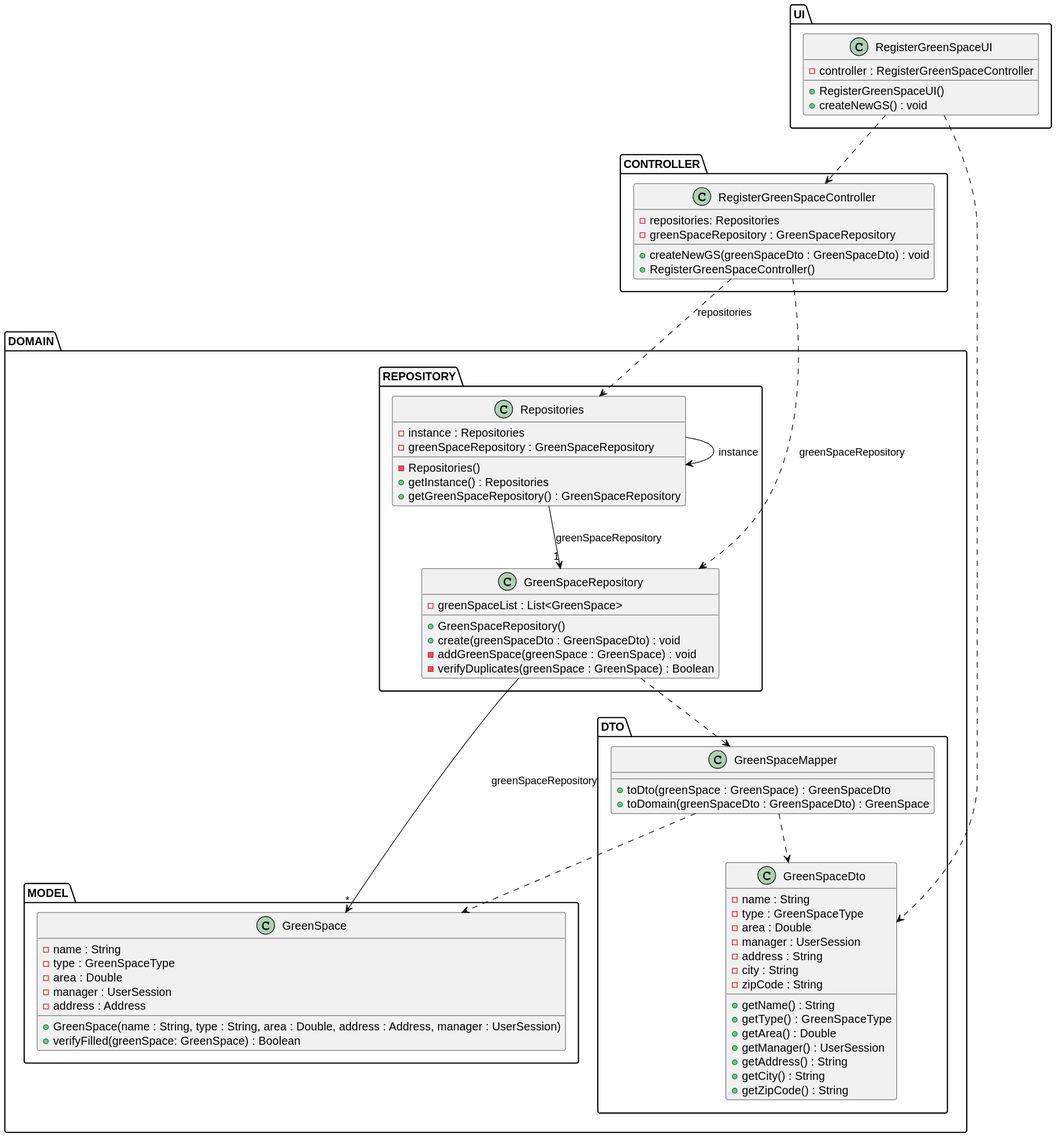
The PlantUML diagram docs/sprintC/us020/03.design/svg/us020-class-diagram.svg in ricardomm7/leaflink, before a commit.
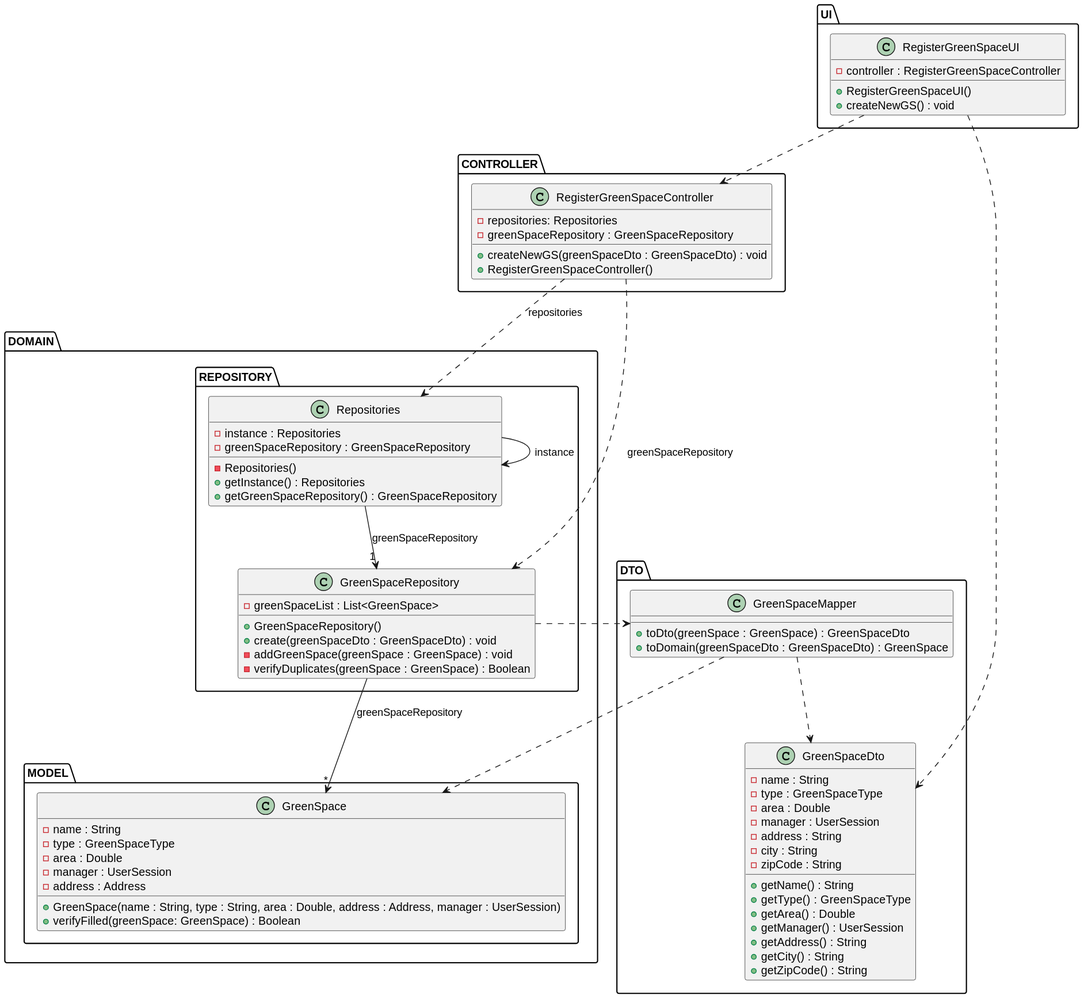
After the commit.

What changed in the source:
```diff
@@ -48,6 +48,7 @@
         + verifyFilled(greenSpace: GreenSpace) : Boolean
     }
 }
+}
 package DTO{
     class GreenSpaceDto{
         - name : String
@@ -71,7 +72,6 @@
         +toDomain(greenSpaceDto : GreenSpaceDto) : GreenSpace
     }
     }
-}
 
 RegisterGreenSpaceUI ..> RegisterGreenSpaceController
 RegisterGreenSpaceController ..> Repositories: repositories
```
